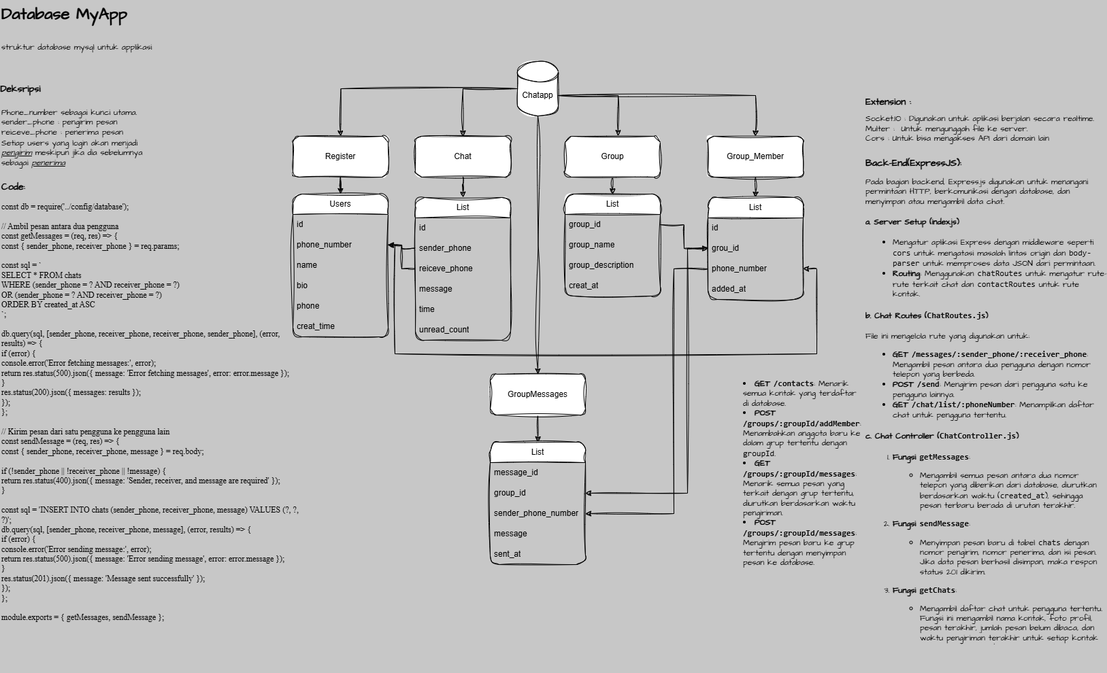
NaufalAdityaAkbar/Database-ExpressJS_MyApp keeps this draw.io diagram as Database Struktur MyApp.drawio.png. Above is the earlier version. Source tidied: cells renumbered, new cells last; positions are measured from the earlier drawing's top-left corner, leaving out a move shared by most shapes.
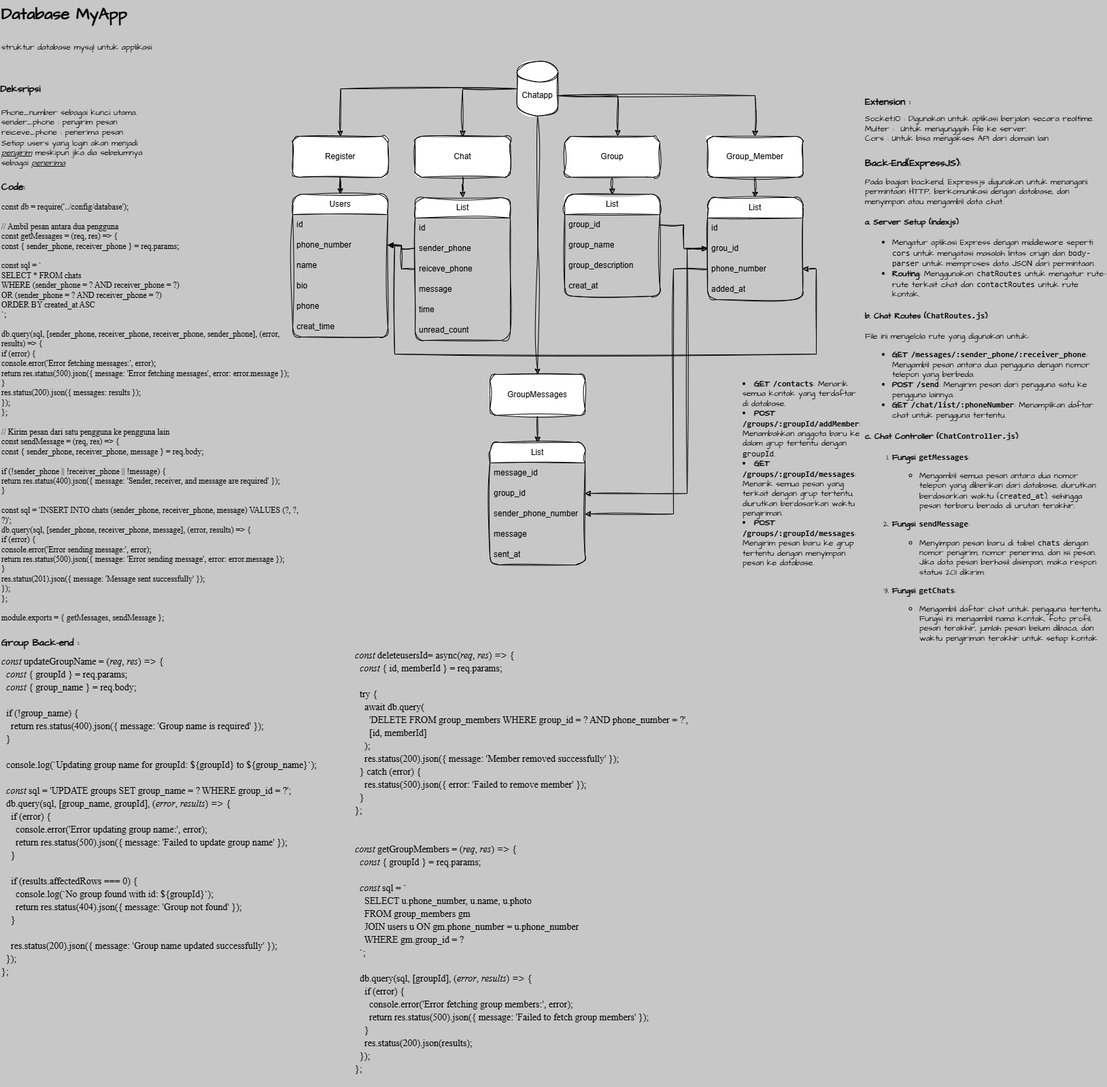
Above is the later version.

The edit, as a diff of the source:
```diff
@@ -239,5 +239,11 @@
         </Array>
       </mxGeometry>
     </mxCell>
+    <mxCell id="70" value="&lt;h1 style=&quot;margin-top: 0px; font-size: 14px;&quot;&gt;&lt;font style=&quot;font-size: 14px;&quot; face=&quot;Architects Daughter&quot;&gt;Group Back-end :&lt;/font&gt;&lt;/h1&gt;&lt;div style=&quot;line-height: 19px; white-space: pre; font-size: 14px;&quot;&gt;&lt;div&gt;&lt;span style=&quot;font-style: italic;&quot;&gt;const&lt;/span&gt; &lt;span style=&quot;&quot;&gt;updateGroupName&lt;/span&gt; &lt;span style=&quot;&quot;&gt;=&lt;/span&gt; (&lt;span style=&quot;font-style: italic;&quot;&gt;req&lt;/span&gt;, &lt;span style=&quot;font-style: italic;&quot;&gt;res&lt;/span&gt;) &lt;span style=&quot;font-style: italic;&quot;&gt;=&amp;gt;&lt;/span&gt; {&lt;/div&gt;&lt;div style=&quot;font-size: 14px;&quot;&gt;&amp;nbsp; &lt;span style=&quot;font-style: italic;&quot;&gt;const&lt;/span&gt; { &lt;span style=&quot;&quot;&gt;groupId&lt;/span&gt; } &lt;span style=&quot;&quot;&gt;=&lt;/span&gt; &lt;span style=&quot;&quot;&gt;req&lt;/span&gt;.&lt;span style=&quot;&quot;&gt;params&lt;/span&gt;;&lt;/div&gt;&lt;div style=&quot;font-size: 14px;&quot;&gt;&amp;nbsp; &lt;span style=&quot;font-style: italic;&quot;&gt;const&lt;/span&gt; { &lt;span style=&quot;&quot;&gt;group_name&lt;/span&gt; } &lt;span style=&quot;&quot;&gt;=&lt;/span&gt; &lt;span style=&quot;&quot;&gt;req&lt;/span&gt;.&lt;span style=&quot;&quot;&gt;body&lt;/span&gt;;&lt;/div&gt;&lt;span style=&quot;font-size: 14px;&quot;&gt;&lt;br&gt;&lt;/span&gt;&lt;div style=&quot;font-size: 14px;&quot;&gt;&amp;nbsp; &lt;span style=&quot;&quot;&gt;if&lt;/span&gt; (&lt;span style=&quot;&quot;&gt;!&lt;/span&gt;&lt;span style=&quot;&quot;&gt;group_name&lt;/span&gt;) {&lt;/div&gt;&lt;div style=&quot;font-size: 14px;&quot;&gt;&amp;nbsp; &amp;nbsp; &lt;span style=&quot;&quot;&gt;return&lt;/span&gt; &lt;span style=&quot;&quot;&gt;res&lt;/span&gt;.&lt;span style=&quot;&quot;&gt;status&lt;/span&gt;(&lt;span style=&quot;&quot;&gt;400&lt;/span&gt;).&lt;span style=&quot;&quot;&gt;json&lt;/span&gt;({ message: &lt;span style=&quot;&quot;&gt;'Group name is required'&lt;/span&gt; });&lt;/div&gt;&lt;div style=&quot;font-size: 14px;&quot;&gt;&amp;nbsp; }&lt;/div&gt;&lt;span style=&quot;font-size: 14px;&quot;&gt;&lt;br&gt;&lt;/span&gt;&lt;div style=&quot;font-size: 14px;&quot;&gt;&amp;nbsp; &lt;span style=&quot;&quot;&gt;console&lt;/span&gt;.&lt;span style=&quot;&quot;&gt;log&lt;/span&gt;(&lt;span style=&quot;&quot;&gt;`Updating group name for groupId: &lt;/span&gt;&lt;span style=&quot;&quot;&gt;${&lt;/span&gt;&lt;span style=&quot;&quot;&gt;groupId&lt;/span&gt;&lt;span style=&quot;&quot;&gt;}&lt;/span&gt;&lt;span style=&quot;&quot;&gt; to &lt;/span&gt;&lt;span style=&quot;&quot;&gt;${&lt;/span&gt;&lt;span style=&quot;&quot;&gt;group_name&lt;/span&gt;&lt;span style=&quot;&quot;&gt;}&lt;/span&gt;&lt;span style=&quot;&quot;&gt;`&lt;/span&gt;);&lt;/div&gt;&lt;span style=&quot;font-size: 14px;&quot;&gt;&lt;br&gt;&lt;/span&gt;&lt;div style=&quot;font-size: 14px;&quot;&gt;&amp;nbsp; &lt;span style=&quot;font-style: italic;&quot;&gt;const&lt;/span&gt; &lt;span style=&quot;&quot;&gt;sql&lt;/span&gt; &lt;span style=&quot;&quot;&gt;=&lt;/span&gt; &lt;span style=&quot;&quot;&gt;'UPDATE groups SET group_name = ? WHERE group_id = ?'&lt;/span&gt;;&lt;/div&gt;&lt;div style=&quot;font-size: 14px;&quot;&gt;&amp;nbsp; &lt;span style=&quot;&quot;&gt;db&lt;/span&gt;.&lt;span style=&quot;&quot;&gt;query&lt;/span&gt;(&lt;span style=&quot;&quot;&gt;sql&lt;/span&gt;, [&lt;span style=&quot;&quot;&gt;group_name&lt;/span&gt;, &lt;span style=&quot;&quot;&gt;groupId&lt;/span&gt;], (&lt;span style=&quot;font-style: italic;&quot;&gt;error&lt;/span&gt;, &lt;span style=&quot;font-style: italic;&quot;&gt;results&lt;/span&gt;) &lt;span style=&quot;font-style: italic;&quot;&gt;=&amp;gt;&lt;/span&gt; {&lt;/div&gt;&lt;div style=&quot;font-size: 14px;&quot;&gt;&amp;nbsp; &amp;nbsp; &lt;span style=&quot;&quot;&gt;if&lt;/span&gt; (&lt;span style=&quot;&quot;&gt;error&lt;/span&gt;) {&lt;/div&gt;&lt;div style=&quot;font-size: 14px;&quot;&gt;&amp;nbsp; &amp;nbsp; &amp;nbsp; &lt;span style=&quot;&quot;&gt;console&lt;/span&gt;.&lt;span style=&quot;&quot;&gt;error&lt;/span&gt;(&lt;span style=&quot;&quot;&gt;'Error updating group name:'&lt;/span&gt;, &lt;span style=&quot;&quot;&gt;error&lt;/span&gt;);&lt;/div&gt;&lt;div style=&quot;font-size: 14px;&quot;&gt;&amp;nbsp; &amp;nbsp; &amp;nbsp; &lt;span style=&quot;&quot;&gt;return&lt;/span&gt; &lt;span style=&quot;&quot;&gt;res&lt;/span&gt;.&lt;span style=&quot;&quot;&gt;status&lt;/span&gt;(&lt;span style=&quot;&quot;&gt;500&lt;/span&gt;).&lt;span style=&quot;&quot;&gt;json&lt;/span&gt;({ message: &lt;span style=&quot;&quot;&gt;'Failed to update group name'&lt;/span&gt; });&lt;/div&gt;&lt;div style=&quot;font-size: 14px;&quot;&gt;&amp;nbsp; &amp;nbsp; }&lt;/div&gt;&lt;span style=&quot;font-size: 14px;&quot;&gt;&lt;br&gt;&lt;/span&gt;&lt;div style=&quot;font-size: 14px;&quot;&gt;&amp;nbsp; &amp;nbsp; &lt;span style=&quot;&quot;&gt;if&lt;/span&gt; (&lt;span style=&quot;&quot;&gt;results&lt;/span&gt;.&lt;span style=&quot;&quot;&gt;affectedRows&lt;/span&gt; &lt;span style=&quot;&quot;&gt;===&lt;/span&gt; &lt;span style=&quot;&quot;&gt;0&lt;/span&gt;) {&lt;/div&gt;&lt;div style=&quot;font-size: 14px;&quot;&gt;&amp;nbsp; &amp;nbsp; &amp;nbsp; &lt;span style=&quot;&quot;&gt;console&lt;/span&gt;.&lt;span style=&quot;&quot;&gt;log&lt;/span&gt;(&lt;span style=&quot;&quot;&gt;`No group found with id: &lt;/span&gt;&lt;span style=&quot;&quot;&gt;${&lt;/span&gt;&lt;span style=&quot;&quot;&gt;groupId&lt;/span&gt;&lt;span style=&quot;&quot;&gt;}&lt;/span&gt;&lt;span style=&quot;&quot;&gt;`&lt;/span&gt;);&lt;/div&gt;&lt;div style=&quot;font-size: 14px;&quot;&gt;&amp;nbsp; &amp;nbsp; &amp;nbsp; &lt;span style=&quot;&quot;&gt;return&lt;/span&gt; &lt;span style=&quot;&quot;&gt;res&lt;/span&gt;.&lt;span style=&quot;&quot;&gt;status&lt;/span&gt;(&lt;span style=&quot;&quot;&gt;404&lt;/span&gt;).&lt;span style=&quot;&quot;&gt;json&lt;/span&gt;({ message: &lt;span style=&quot;&quot;&gt;'Group not found'&lt;/span&gt; });&lt;/div&gt;&lt;div style=&quot;font-size: 14px;&quot;&gt;&amp;nbsp; &amp;nbsp; }&lt;/div&gt;&lt;span style=&quot;font-size: 14px;&quot;&gt;&lt;br&gt;&lt;/span&gt;&lt;div style=&quot;font-size: 14px;&quot;&gt;&amp;nbsp; &amp;nbsp; &lt;span style=&quot;&quot;&gt;res&lt;/span&gt;.&lt;span style=&quot;&quot;&gt;status&lt;/span&gt;(&lt;span style=&quot;&quot;&gt;200&lt;/span&gt;).&lt;span style=&quot;&quot;&gt;json&lt;/span&gt;({ message: &lt;span style=&quot;&quot;&gt;'Group name updated successfully'&lt;/span&gt; });&lt;/div&gt;&lt;div style=&quot;font-size: 14px;&quot;&gt;&amp;nbsp; });&lt;/div&gt;&lt;div style=&quot;font-size: 14px;&quot;&gt;};&lt;/div&gt;&lt;span style=&quot;font-size: 14px;&quot;&gt;&lt;br&gt;&lt;br&gt;&lt;/span&gt;&lt;/div&gt;" style="text;html=1;whiteSpace=wrap;overflow=hidden;rounded=0;fontFamily=monospace;fontColor=default;labelBackgroundColor=none;" parent="1" vertex="1">
+      <mxGeometry y="930" width="620" height="550" as="geometry" />
+    </mxCell>
+    <mxCell id="71" value="&lt;div style=&quot;font-weight: normal; font-size: 14px; line-height: 19px; white-space: pre;&quot;&gt;&lt;div&gt;&lt;span style=&quot;font-style: italic;&quot;&gt;const&lt;/span&gt;&lt;span style=&quot;&quot;&gt; &lt;/span&gt;&lt;span style=&quot;&quot;&gt;deleteusersId&lt;/span&gt;&lt;span style=&quot;&quot;&gt;=&lt;/span&gt;&lt;span style=&quot;&quot;&gt; &lt;/span&gt;&lt;span style=&quot;&quot;&gt;async&lt;/span&gt;&lt;span style=&quot;&quot;&gt;(&lt;/span&gt;&lt;span style=&quot;font-style: italic;&quot;&gt;req&lt;/span&gt;&lt;span style=&quot;&quot;&gt;, &lt;/span&gt;&lt;span style=&quot;font-style: italic;&quot;&gt;res&lt;/span&gt;&lt;span style=&quot;&quot;&gt;) &lt;/span&gt;&lt;span style=&quot;font-style: italic;&quot;&gt;=&amp;gt;&lt;/span&gt;&lt;span style=&quot;&quot;&gt; {&lt;/span&gt;&lt;/div&gt;&lt;div&gt;&lt;span style=&quot;&quot;&gt;&amp;nbsp; &lt;/span&gt;&lt;span style=&quot;font-style: italic;&quot;&gt;const&lt;/span&gt;&lt;span style=&quot;&quot;&gt; { &lt;/span&gt;&lt;span style=&quot;&quot;&gt;id&lt;/span&gt;&lt;span style=&quot;&quot;&gt;, &lt;/span&gt;&lt;span style=&quot;&quot;&gt;memberId&lt;/span&gt;&lt;span style=&quot;&quot;&gt; } &lt;/span&gt;&lt;span style=&quot;&quot;&gt;=&lt;/span&gt;&lt;span style=&quot;&quot;&gt; &lt;/span&gt;&lt;span style=&quot;&quot;&gt;req&lt;/span&gt;&lt;span style=&quot;&quot;&gt;.&lt;/span&gt;&lt;span style=&quot;&quot;&gt;params&lt;/span&gt;&lt;span style=&quot;&quot;&gt;;&lt;/span&gt;&lt;/div&gt;&lt;br&gt;&lt;div&gt;&lt;span style=&quot;&quot;&gt;&amp;nbsp; &lt;/span&gt;&lt;span style=&quot;&quot;&gt;try&lt;/span&gt;&lt;span style=&quot;&quot;&gt; {&lt;/span&gt;&lt;/div&gt;&lt;div&gt;&lt;span style=&quot;&quot;&gt;&amp;nbsp; &amp;nbsp; &lt;/span&gt;&lt;span style=&quot;&quot;&gt;await&lt;/span&gt;&lt;span style=&quot;&quot;&gt; &lt;/span&gt;&lt;span style=&quot;&quot;&gt;db&lt;/span&gt;&lt;span style=&quot;&quot;&gt;.&lt;/span&gt;&lt;span style=&quot;&quot;&gt;query&lt;/span&gt;&lt;span style=&quot;&quot;&gt;(&lt;/span&gt;&lt;/div&gt;&lt;div&gt;&lt;span style=&quot;&quot;&gt;&amp;nbsp; &amp;nbsp; &amp;nbsp; &lt;/span&gt;&lt;span style=&quot;&quot;&gt;'DELETE FROM group_members WHERE group_id = ? AND phone_number = ?'&lt;/span&gt;&lt;span style=&quot;&quot;&gt;,&lt;/span&gt;&lt;/div&gt;&lt;div&gt;&lt;span style=&quot;&quot;&gt;&amp;nbsp; &amp;nbsp; &amp;nbsp; [&lt;/span&gt;&lt;span style=&quot;&quot;&gt;id&lt;/span&gt;&lt;span style=&quot;&quot;&gt;, &lt;/span&gt;&lt;span style=&quot;&quot;&gt;memberId&lt;/span&gt;&lt;span style=&quot;&quot;&gt;]&lt;/span&gt;&lt;/div&gt;&lt;div&gt;&lt;span style=&quot;&quot;&gt;&amp;nbsp; &amp;nbsp; );&lt;/span&gt;&lt;/div&gt;&lt;div&gt;&lt;span style=&quot;&quot;&gt;&amp;nbsp; &amp;nbsp; &lt;/span&gt;&lt;span style=&quot;&quot;&gt;res&lt;/span&gt;&lt;span style=&quot;&quot;&gt;.&lt;/span&gt;&lt;span style=&quot;&quot;&gt;status&lt;/span&gt;&lt;span style=&quot;&quot;&gt;(&lt;/span&gt;&lt;span style=&quot;&quot;&gt;200&lt;/span&gt;&lt;span style=&quot;&quot;&gt;).&lt;/span&gt;&lt;span style=&quot;&quot;&gt;json&lt;/span&gt;&lt;span style=&quot;&quot;&gt;({ message: &lt;/span&gt;&lt;span style=&quot;&quot;&gt;'Member removed successfully'&lt;/span&gt;&lt;span style=&quot;&quot;&gt; });&lt;/span&gt;&lt;/div&gt;&lt;div&gt;&lt;span style=&quot;&quot;&gt;&amp;nbsp; } &lt;/span&gt;&lt;span style=&quot;&quot;&gt;catch&lt;/span&gt;&lt;span style=&quot;&quot;&gt; (&lt;/span&gt;&lt;span style=&quot;&quot;&gt;error&lt;/span&gt;&lt;span style=&quot;&quot;&gt;) {&lt;/span&gt;&lt;/div&gt;&lt;div&gt;&lt;span style=&quot;&quot;&gt;&amp;nbsp; &amp;nbsp; &lt;/span&gt;&lt;span style=&quot;&quot;&gt;res&lt;/span&gt;&lt;span style=&quot;&quot;&gt;.&lt;/span&gt;&lt;span style=&quot;&quot;&gt;status&lt;/span&gt;&lt;span style=&quot;&quot;&gt;(&lt;/span&gt;&lt;span style=&quot;&quot;&gt;500&lt;/span&gt;&lt;span style=&quot;&quot;&gt;).&lt;/span&gt;&lt;span style=&quot;&quot;&gt;json&lt;/span&gt;&lt;span style=&quot;&quot;&gt;({ error: &lt;/span&gt;&lt;span style=&quot;&quot;&gt;'Failed to remove member'&lt;/span&gt;&lt;span style=&quot;&quot;&gt; });&lt;/span&gt;&lt;/div&gt;&lt;div&gt;&lt;span style=&quot;&quot;&gt;&amp;nbsp; }&lt;/span&gt;&lt;/div&gt;&lt;div&gt;&lt;span style=&quot;&quot;&gt;};&lt;/span&gt;&lt;/div&gt;&lt;br&gt;&lt;div&gt;&lt;br&gt;&lt;/div&gt;&lt;div&gt;&lt;span style=&quot;font-style: italic;&quot;&gt;const&lt;/span&gt;&lt;span style=&quot;&quot;&gt; &lt;/span&gt;&lt;span style=&quot;&quot;&gt;getGroupMembers&lt;/span&gt;&lt;span style=&quot;&quot;&gt; &lt;/span&gt;&lt;span style=&quot;&quot;&gt;=&lt;/span&gt;&lt;span style=&quot;&quot;&gt; (&lt;/span&gt;&lt;span style=&quot;font-style: italic;&quot;&gt;req&lt;/span&gt;&lt;span style=&quot;&quot;&gt;, &lt;/span&gt;&lt;span style=&quot;font-style: italic;&quot;&gt;res&lt;/span&gt;&lt;span style=&quot;&quot;&gt;) &lt;/span&gt;&lt;span style=&quot;font-style: italic;&quot;&gt;=&amp;gt;&lt;/span&gt;&lt;span style=&quot;&quot;&gt; {&lt;/span&gt;&lt;/div&gt;&lt;div&gt;&lt;span style=&quot;&quot;&gt;&amp;nbsp; &lt;/span&gt;&lt;span style=&quot;font-style: italic;&quot;&gt;const&lt;/span&gt;&lt;span style=&quot;&quot;&gt; { &lt;/span&gt;&lt;span style=&quot;&quot;&gt;groupId&lt;/span&gt;&lt;span style=&quot;&quot;&gt; } &lt;/span&gt;&lt;span style=&quot;&quot;&gt;=&lt;/span&gt;&lt;span style=&quot;&quot;&gt; &lt;/span&gt;&lt;span style=&quot;&quot;&gt;req&lt;/span&gt;&lt;span style=&quot;&quot;&gt;.&lt;/span&gt;&lt;span style=&quot;&quot;&gt;params&lt;/span&gt;&lt;span style=&quot;&quot;&gt;;&lt;/span&gt;&lt;/div&gt;&lt;br&gt;&lt;div&gt;&lt;span style=&quot;&quot;&gt;&amp;nbsp; &lt;/span&gt;&lt;span style=&quot;font-style: italic;&quot;&gt;const&lt;/span&gt;&lt;span style=&quot;&quot;&gt; &lt;/span&gt;&lt;span style=&quot;&quot;&gt;sql&lt;/span&gt;&lt;span style=&quot;&quot;&gt; &lt;/span&gt;&lt;span style=&quot;&quot;&gt;=&lt;/span&gt;&lt;span style=&quot;&quot;&gt; &lt;/span&gt;&lt;span style=&quot;&quot;&gt;`&lt;/span&gt;&lt;/div&gt;&lt;div&gt;&lt;span style=&quot;&quot;&gt;&amp;nbsp; &amp;nbsp; SELECT u.phone_number, u.name, u.photo&lt;/span&gt;&lt;/div&gt;&lt;div&gt;&lt;span style=&quot;&quot;&gt;&amp;nbsp; &amp;nbsp; FROM group_members gm&lt;/span&gt;&lt;/div&gt;&lt;div&gt;&lt;span style=&quot;&quot;&gt;&amp;nbsp; &amp;nbsp; JOIN users u ON gm.phone_number = u.phone_number&lt;/span&gt;&lt;/div&gt;&lt;div&gt;&lt;span style=&quot;&quot;&gt;&amp;nbsp; &amp;nbsp; WHERE gm.group_id = ?&lt;/span&gt;&lt;/div&gt;&lt;div&gt;&lt;span style=&quot;&quot;&gt;&amp;nbsp; `&lt;/span&gt;&lt;span style=&quot;&quot;&gt;;&lt;/span&gt;&lt;/div&gt;&lt;br&gt;&lt;div&gt;&lt;span style=&quot;&quot;&gt;&amp;nbsp; &lt;/span&gt;&lt;span style=&quot;&quot;&gt;db&lt;/span&gt;&lt;span style=&quot;&quot;&gt;.&lt;/span&gt;&lt;span style=&quot;&quot;&gt;query&lt;/span&gt;&lt;span style=&quot;&quot;&gt;(&lt;/span&gt;&lt;span style=&quot;&quot;&gt;sql&lt;/span&gt;&lt;span style=&quot;&quot;&gt;, [&lt;/span&gt;&lt;span style=&quot;&quot;&gt;groupId&lt;/span&gt;&lt;span style=&quot;&quot;&gt;], (&lt;/span&gt;&lt;span style=&quot;font-style: italic;&quot;&gt;error&lt;/span&gt;&lt;span style=&quot;&quot;&gt;, &lt;/span&gt;&lt;span style=&quot;font-style: italic;&quot;&gt;results&lt;/span&gt;&lt;span style=&quot;&quot;&gt;) &lt;/span&gt;&lt;span style=&quot;font-style: italic;&quot;&gt;=&amp;gt;&lt;/span&gt;&lt;span style=&quot;&quot;&gt; {&lt;/span&gt;&lt;/div&gt;&lt;div&gt;&lt;span style=&quot;&quot;&gt;&amp;nbsp; &amp;nbsp; &lt;/span&gt;&lt;span style=&quot;&quot;&gt;if&lt;/span&gt;&lt;span style=&quot;&quot;&gt; (&lt;/span&gt;&lt;span style=&quot;&quot;&gt;error&lt;/span&gt;&lt;span style=&quot;&quot;&gt;) {&lt;/span&gt;&lt;/div&gt;&lt;div&gt;&lt;span style=&quot;&quot;&gt;&amp;nbsp; &amp;nbsp; &amp;nbsp; &lt;/span&gt;&lt;span style=&quot;&quot;&gt;console&lt;/span&gt;&lt;span style=&quot;&quot;&gt;.&lt;/span&gt;&lt;span style=&quot;&quot;&gt;error&lt;/span&gt;&lt;span style=&quot;&quot;&gt;(&lt;/span&gt;&lt;span style=&quot;&quot;&gt;'Error fetching group members:'&lt;/span&gt;&lt;span style=&quot;&quot;&gt;, &lt;/span&gt;&lt;span style=&quot;&quot;&gt;error&lt;/span&gt;&lt;span style=&quot;&quot;&gt;);&lt;/span&gt;&lt;/div&gt;&lt;div&gt;&lt;span style=&quot;&quot;&gt;&amp;nbsp; &amp;nbsp; &amp;nbsp; &lt;/span&gt;&lt;span style=&quot;&quot;&gt;return&lt;/span&gt;&lt;span style=&quot;&quot;&gt; &lt;/span&gt;&lt;span style=&quot;&quot;&gt;res&lt;/span&gt;&lt;span style=&quot;&quot;&gt;.&lt;/span&gt;&lt;span style=&quot;&quot;&gt;status&lt;/span&gt;&lt;span style=&quot;&quot;&gt;(&lt;/span&gt;&lt;span style=&quot;&quot;&gt;500&lt;/span&gt;&lt;span style=&quot;&quot;&gt;).&lt;/span&gt;&lt;span style=&quot;&quot;&gt;json&lt;/span&gt;&lt;span style=&quot;&quot;&gt;({ message: &lt;/span&gt;&lt;span style=&quot;&quot;&gt;'Failed to fetch group members'&lt;/span&gt;&lt;span style=&quot;&quot;&gt; });&lt;/span&gt;&lt;/div&gt;&lt;div&gt;&lt;span style=&quot;&quot;&gt;&amp;nbsp; &amp;nbsp; }&lt;/span&gt;&lt;/div&gt;&lt;div&gt;&lt;span style=&quot;&quot;&gt;&amp;nbsp; &amp;nbsp; &lt;/span&gt;&lt;span style=&quot;&quot;&gt;res&lt;/span&gt;&lt;span style=&quot;&quot;&gt;.&lt;/span&gt;&lt;span style=&quot;&quot;&gt;status&lt;/span&gt;&lt;span style=&quot;&quot;&gt;(&lt;/span&gt;&lt;span style=&quot;&quot;&gt;200&lt;/span&gt;&lt;span style=&quot;&quot;&gt;).&lt;/span&gt;&lt;span style=&quot;&quot;&gt;json&lt;/span&gt;&lt;span style=&quot;&quot;&gt;(&lt;/span&gt;&lt;span style=&quot;&quot;&gt;results&lt;/span&gt;&lt;span style=&quot;&quot;&gt;);&lt;/span&gt;&lt;/div&gt;&lt;div&gt;&lt;span style=&quot;&quot;&gt;&amp;nbsp; });&lt;/span&gt;&lt;/div&gt;&lt;div&gt;&lt;span style=&quot;&quot;&gt;};&lt;/span&gt;&lt;/div&gt;&lt;/div&gt;" style="text;whiteSpace=wrap;html=1;fontFamily=monospace;fontColor=default;labelBackgroundColor=none;" parent="1" vertex="1">
+      <mxGeometry x="520" y="947" width="591" height="650" as="geometry" />
+    </mxCell>
   </root>
 </mxGraphModel>
```
